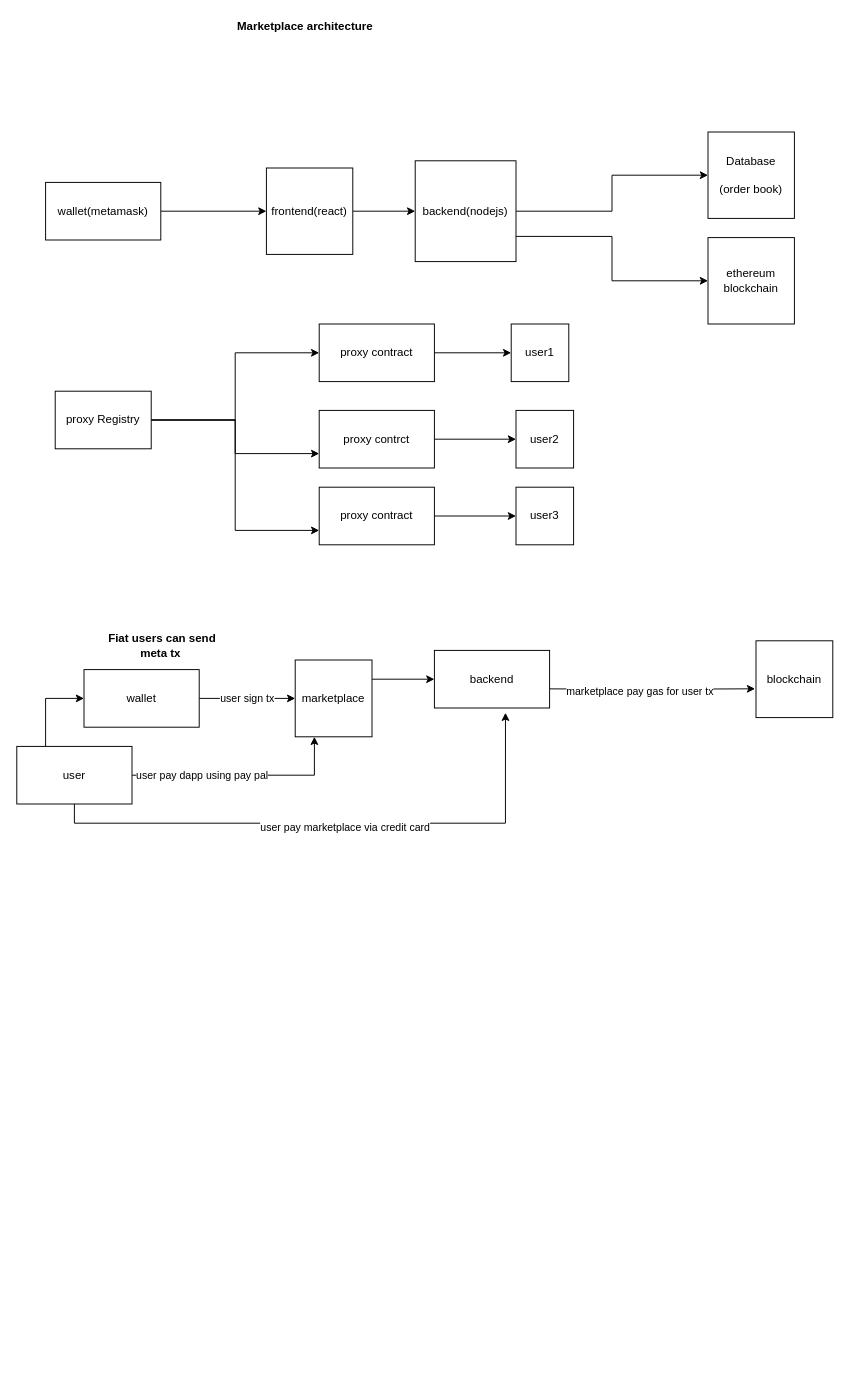
Above: Untitled Diagram.drawio in appdeveloper9is/NftMarketPlace (draw.io), before the change. Source tidied: cells renumbered, new cells numbered last; positions are measured from the earlier drawing's top-left corner, leaving out a move shared by most shapes. Both pictures are drawn from the tidied source at 96%, with x=0, y=0 at pixel (16, 16).
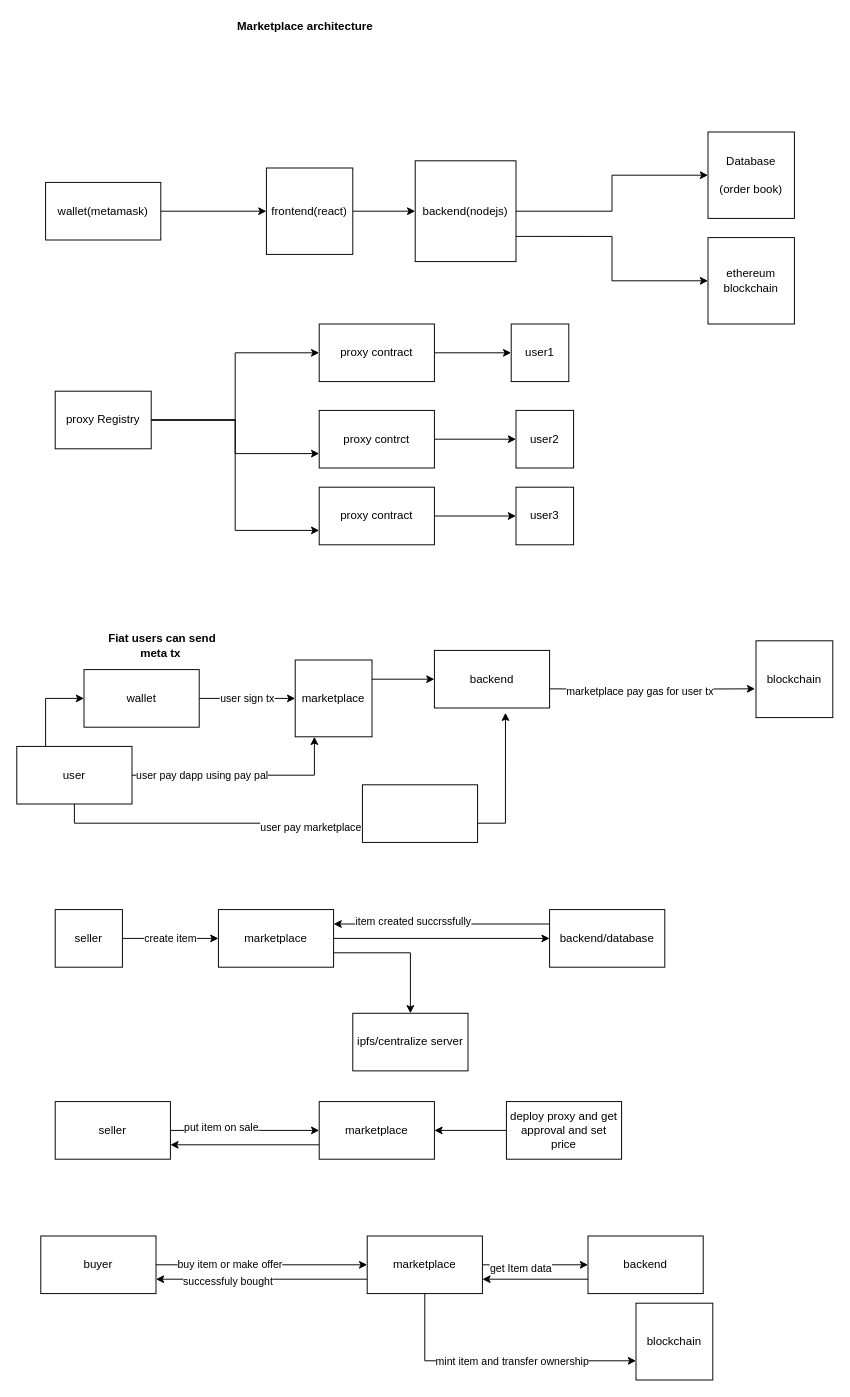
Above is the later version.

Change to the diagram source:
```diff
@@
+    <mxCell id="40" value="create item" style="edgeStyle=orthogonalEdgeStyle;rounded=0;jettySize=auto;html=1;exitX=1;exitY=0.5;exitDx=0;exitDy=0;" parent="1" edge="1" source="41" target="45">
+      <mxGeometry relative="1" as="geometry" />
+    </mxCell>
+    <mxCell id="41" value="seller" style="rounded=0;whiteSpace=wrap;html=1;" parent="1" vertex="1">
+      <mxGeometry x="40" y="930" width="70" height="60" as="geometry" />
+    </mxCell>
+    <mxCell id="42" style="rounded=0;whiteSpace=wrap;html=1;" parent="1" vertex="1">
+      <mxGeometry x="360" y="800" width="120" height="60" as="geometry" />
+    </mxCell>
+    <mxCell id="43" style="edgeStyle=orthogonalEdgeStyle;rounded=0;jettySize=auto;html=1;exitX=1;exitY=0.5;exitDx=0;exitDy=0;" parent="1" edge="1" source="45" target="48">
+      <mxGeometry relative="1" as="geometry" />
+    </mxCell>
+    <mxCell id="44" style="edgeStyle=orthogonalEdgeStyle;rounded=0;jettySize=auto;html=1;exitX=1;exitY=0.75;exitDx=0;exitDy=0;" parent="1" edge="1" source="45" target="49">
+      <mxGeometry relative="1" as="geometry" />
+    </mxCell>
+    <mxCell id="45" value="marketplace" style="rounded=0;whiteSpace=wrap;html=1;" parent="1" vertex="1">
+      <mxGeometry x="210" y="930" width="120" height="60" as="geometry" />
+    </mxCell>
+    <mxCell id="46" style="edgeStyle=orthogonalEdgeStyle;rounded=0;jettySize=auto;html=1;exitX=0;exitY=0.25;exitDx=0;exitDy=0;entryX=1;entryY=0.25;entryDx=0;entryDy=0;" parent="1" edge="1" source="48" target="45">
+      <mxGeometry relative="1" as="geometry" />
+    </mxCell>
+    <mxCell id="47" value="&lt;div&gt;item created succrssfully&lt;/div&gt;" style="edgeLabel;html=1;align=center;verticalAlign=middle;" parent="46" vertex="1">
+      <mxGeometry x="0.27" y="-3" relative="1" as="geometry" />
+    </mxCell>
+    <mxCell id="48" value="backend/database" style="rounded=0;whiteSpace=wrap;html=1;" parent="1" vertex="1">
+      <mxGeometry x="555" y="930" width="120" height="60" as="geometry" />
+    </mxCell>
+    <mxCell id="49" value="ipfs/centralize server" style="rounded=0;whiteSpace=wrap;html=1;" parent="1" vertex="1">
+      <mxGeometry x="350" y="1038" width="120" height="60" as="geometry" />
+    </mxCell>
+    <mxCell id="50" style="edgeStyle=orthogonalEdgeStyle;rounded=0;jettySize=auto;html=1;exitX=1;exitY=0.5;exitDx=0;exitDy=0;entryX=0;entryY=0.5;entryDx=0;entryDy=0;" parent="1" edge="1" source="52" target="59">
+      <mxGeometry relative="1" as="geometry" />
+    </mxCell>
+    <mxCell id="51" value="buy item or make offer" style="edgeLabel;html=1;align=center;verticalAlign=middle;" parent="50" vertex="1">
+      <mxGeometry x="-0.31" y="1" relative="1" as="geometry" />
+    </mxCell>
+    <mxCell id="52" value="buyer" style="rounded=0;whiteSpace=wrap;html=1;" parent="1" vertex="1">
+      <mxGeometry x="25" y="1270" width="120" height="60" as="geometry" />
+    </mxCell>
+    <mxCell id="53" style="edgeStyle=orthogonalEdgeStyle;rounded=0;jettySize=auto;html=1;exitX=1;exitY=0.5;exitDx=0;exitDy=0;" parent="1" edge="1" source="59">
+      <mxGeometry relative="1" as="geometry">
+        <mxPoint x="595" y="1300" as="targetPoint" />
+      </mxGeometry>
+    </mxCell>
+    <mxCell id="54" value="get Item data" style="edgeLabel;html=1;align=center;verticalAlign=middle;" parent="53" vertex="1">
+      <mxGeometry x="-0.29" y="-3" relative="1" as="geometry" />
+    </mxCell>
+    <mxCell id="55" style="edgeStyle=orthogonalEdgeStyle;rounded=0;jettySize=auto;html=1;exitX=0.5;exitY=1;exitDx=0;exitDy=0;entryX=0;entryY=0.75;entryDx=0;entryDy=0;" parent="1" edge="1" source="59" target="62">
+      <mxGeometry relative="1" as="geometry" />
+    </mxCell>
+    <mxCell id="56" value="mint item and transfer ownership" style="edgeLabel;html=1;align=center;verticalAlign=middle;" parent="55" vertex="1">
+      <mxGeometry x="0.1" relative="1" as="geometry" />
+    </mxCell>
+    <mxCell id="57" style="edgeStyle=orthogonalEdgeStyle;rounded=0;jettySize=auto;html=1;exitX=0;exitY=0.75;exitDx=0;exitDy=0;entryX=1;entryY=0.75;entryDx=0;entryDy=0;" parent="1" edge="1" source="59" target="52">
+      <mxGeometry relative="1" as="geometry" />
+    </mxCell>
+    <mxCell id="58" value="successfuly bought" style="edgeLabel;html=1;align=center;verticalAlign=middle;" parent="57" vertex="1">
+      <mxGeometry x="0.33" y="2" relative="1" as="geometry" />
+    </mxCell>
+    <mxCell id="59" value="marketplace" style="rounded=0;whiteSpace=wrap;html=1;" parent="1" vertex="1">
+      <mxGeometry x="365" y="1270" width="120" height="60" as="geometry" />
+    </mxCell>
+    <mxCell id="60" style="edgeStyle=orthogonalEdgeStyle;rounded=0;jettySize=auto;html=1;exitX=0;exitY=0.75;exitDx=0;exitDy=0;entryX=1;entryY=0.75;entryDx=0;entryDy=0;" parent="1" edge="1" source="61" target="59">
+      <mxGeometry relative="1" as="geometry" />
+    </mxCell>
+    <mxCell id="61" value="backend" style="rounded=0;whiteSpace=wrap;html=1;" parent="1" vertex="1">
+      <mxGeometry x="595" y="1270" width="120" height="60" as="geometry" />
+    </mxCell>
+    <mxCell id="62" value="blockchain" style="whiteSpace=wrap;html=1;" parent="1" vertex="1">
+      <mxGeometry x="645" y="1340" width="80" height="80" as="geometry" />
+    </mxCell>
+    <mxCell id="63" style="edgeStyle=orthogonalEdgeStyle;rounded=0;jettySize=auto;html=1;exitX=1;exitY=0.5;exitDx=0;exitDy=0;" parent="1" edge="1" source="65" target="67">
+      <mxGeometry relative="1" as="geometry" />
+    </mxCell>
+    <mxCell id="64" value="put item on sale" style="edgeLabel;html=1;align=center;verticalAlign=middle;" parent="63" vertex="1">
+      <mxGeometry x="-0.33" y="4" relative="1" as="geometry" />
+    </mxCell>
+    <mxCell id="65" value="seller" style="rounded=0;whiteSpace=wrap;html=1;" parent="1" vertex="1">
+      <mxGeometry x="40" y="1130" width="120" height="60" as="geometry" />
+    </mxCell>
+    <mxCell id="66" style="edgeStyle=orthogonalEdgeStyle;rounded=0;jettySize=auto;html=1;exitX=0;exitY=0.75;exitDx=0;exitDy=0;entryX=1;entryY=0.75;entryDx=0;entryDy=0;" parent="1" edge="1" source="67" target="65">
+      <mxGeometry relative="1" as="geometry" />
+    </mxCell>
+    <mxCell id="67" value="marketplace" style="rounded=0;whiteSpace=wrap;html=1;" parent="1" vertex="1">
+      <mxGeometry x="315" y="1130" width="120" height="60" as="geometry" />
+    </mxCell>
+    <mxCell id="68" style="edgeStyle=orthogonalEdgeStyle;rounded=0;jettySize=auto;html=1;exitX=0;exitY=0.5;exitDx=0;exitDy=0;entryX=1;entryY=0.5;entryDx=0;entryDy=0;" parent="1" edge="1" source="69" target="67">
+      <mxGeometry relative="1" as="geometry" />
+    </mxCell>
+    <mxCell id="69" value="deploy proxy and get approval and set price " style="rounded=0;whiteSpace=wrap;html=1;" parent="1" vertex="1">
+      <mxGeometry x="510" y="1130" width="120" height="60" as="geometry" />
+    </mxCell>
```
